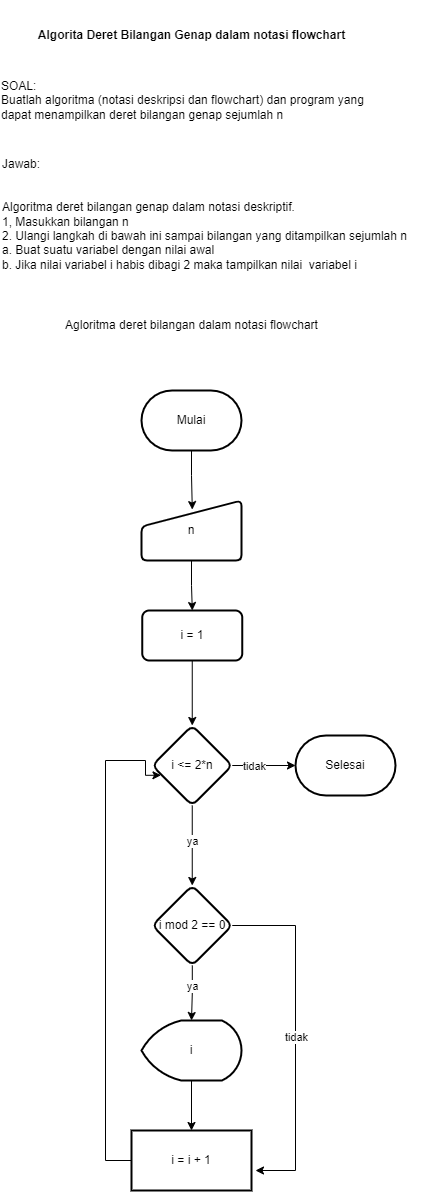
This is Flowchart/Pertemuan 3.drawio.png from fajarikasaputra/AlgoritmaPemrograman, a draw.io export, as it was before one commit. Source tidied: cells renumbered, new cells last; positions are measured from the earlier drawing's top-left corner, leaving out a move shared by most shapes.
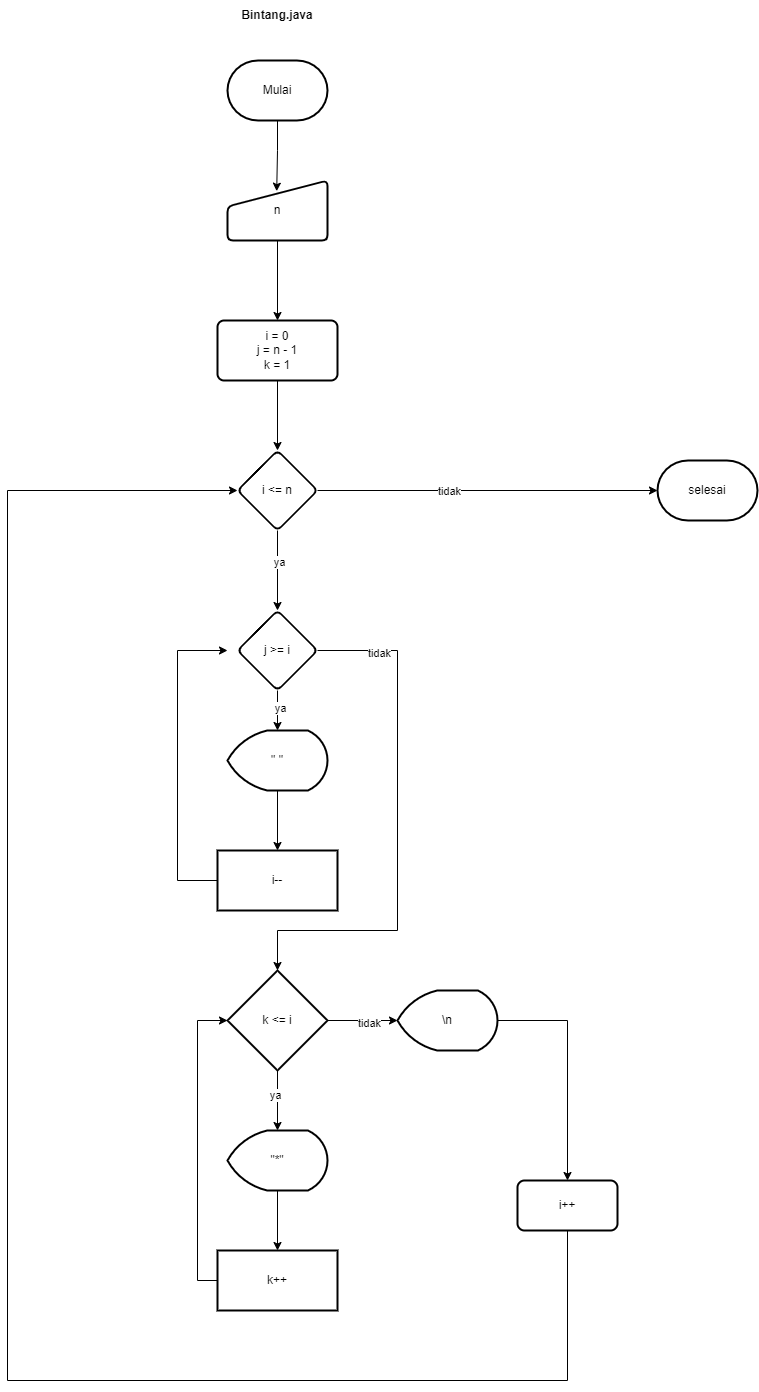
Later version of the same file.

The edit, as a diff of the source:
```diff
@@ -2,93 +2,135 @@
   <root>
     <mxCell id="0" />
     <mxCell id="1" parent="0" />
-    <mxCell id="2" value="&lt;div style=&quot;text-align: left;&quot;&gt;&lt;span style=&quot;background-color: initial;&quot;&gt;SOAL:&lt;/span&gt;&lt;/div&gt;&lt;div style=&quot;text-align: left;&quot;&gt;&lt;span style=&quot;background-color: initial;&quot;&gt;Buatlah algoritma (notasi deskripsi dan flowchart) dan program yang dapat menampilkan deret bilangan genap sejumlah n&lt;/span&gt;&lt;/div&gt;" style="text;html=1;strokeColor=none;fillColor=none;align=center;verticalAlign=middle;whiteSpace=wrap;rounded=0;" parent="1" vertex="1">
-      <mxGeometry y="70" width="383.5" height="60" as="geometry" />
-    </mxCell>
-    <mxCell id="3" value="Algorita Deret Bilangan Genap dalam notasi flowchart" style="text;html=1;strokeColor=none;fillColor=none;align=center;verticalAlign=middle;whiteSpace=wrap;rounded=0;fontStyle=1;" parent="1" vertex="1">
-      <mxGeometry x="15" width="353" height="70" as="geometry" />
-    </mxCell>
-    <mxCell id="4" value="&lt;div style=&quot;color: rgb(0, 0, 0); font-family: Helvetica; font-size: 12px; font-style: normal; font-variant-ligatures: normal; font-variant-caps: normal; font-weight: 400; letter-spacing: normal; orphans: 2; text-indent: 0px; text-transform: none; widows: 2; word-spacing: 0px; -webkit-text-stroke-width: 0px; text-decoration-thickness: initial; text-decoration-style: initial; text-decoration-color: initial; text-align: left;&quot;&gt;Jawab:&lt;/div&gt;&lt;div style=&quot;color: rgb(0, 0, 0); font-family: Helvetica; font-size: 12px; font-style: normal; font-variant-ligatures: normal; font-variant-caps: normal; font-weight: 400; letter-spacing: normal; orphans: 2; text-indent: 0px; text-transform: none; widows: 2; word-spacing: 0px; -webkit-text-stroke-width: 0px; text-decoration-thickness: initial; text-decoration-style: initial; text-decoration-color: initial; text-align: left;&quot;&gt;&lt;br&gt;&lt;/div&gt;&lt;div style=&quot;color: rgb(0, 0, 0); font-family: Helvetica; font-size: 12px; font-style: normal; font-variant-ligatures: normal; font-variant-caps: normal; font-weight: 400; letter-spacing: normal; orphans: 2; text-indent: 0px; text-transform: none; widows: 2; word-spacing: 0px; -webkit-text-stroke-width: 0px; text-decoration-thickness: initial; text-decoration-style: initial; text-decoration-color: initial; text-align: left;&quot;&gt;&lt;br&gt;&lt;/div&gt;&lt;div style=&quot;color: rgb(0, 0, 0); font-family: Helvetica; font-size: 12px; font-style: normal; font-variant-ligatures: normal; font-variant-caps: normal; font-weight: 400; letter-spacing: normal; orphans: 2; text-indent: 0px; text-transform: none; widows: 2; word-spacing: 0px; -webkit-text-stroke-width: 0px; text-decoration-thickness: initial; text-decoration-style: initial; text-decoration-color: initial; text-align: left;&quot;&gt;Algoritma deret bilangan genap dalam notasi deskriptif.&lt;/div&gt;&lt;div style=&quot;color: rgb(0, 0, 0); font-family: Helvetica; font-size: 12px; font-style: normal; font-variant-ligatures: normal; font-variant-caps: normal; font-weight: 400; letter-spacing: normal; orphans: 2; text-indent: 0px; text-transform: none; widows: 2; word-spacing: 0px; -webkit-text-stroke-width: 0px; text-decoration-thickness: initial; text-decoration-style: initial; text-decoration-color: initial; text-align: left;&quot;&gt;1, Masukkan bilangan n&lt;/div&gt;&lt;div style=&quot;color: rgb(0, 0, 0); font-family: Helvetica; font-size: 12px; font-style: normal; font-variant-ligatures: normal; font-variant-caps: normal; font-weight: 400; letter-spacing: normal; orphans: 2; text-indent: 0px; text-transform: none; widows: 2; word-spacing: 0px; -webkit-text-stroke-width: 0px; text-decoration-thickness: initial; text-decoration-style: initial; text-decoration-color: initial; text-align: left;&quot;&gt;2. Ulangi langkah di bawah ini sampai bilangan yang ditampilkan sejumlah n&lt;/div&gt;&lt;div style=&quot;color: rgb(0, 0, 0); font-family: Helvetica; font-size: 12px; font-style: normal; font-variant-ligatures: normal; font-variant-caps: normal; font-weight: 400; letter-spacing: normal; orphans: 2; text-indent: 0px; text-transform: none; widows: 2; word-spacing: 0px; -webkit-text-stroke-width: 0px; text-decoration-thickness: initial; text-decoration-style: initial; text-decoration-color: initial; text-align: left;&quot;&gt;&lt;span style=&quot;&quot;&gt;&#9;&lt;/span&gt;a. Buat suatu variabel dengan nilai awal&lt;br&gt;&lt;/div&gt;&lt;div style=&quot;color: rgb(0, 0, 0); font-family: Helvetica; font-size: 12px; font-style: normal; font-variant-ligatures: normal; font-variant-caps: normal; font-weight: 400; letter-spacing: normal; orphans: 2; text-indent: 0px; text-transform: none; widows: 2; word-spacing: 0px; -webkit-text-stroke-width: 0px; text-decoration-thickness: initial; text-decoration-style: initial; text-decoration-color: initial; text-align: left;&quot;&gt;&#9;b. Jika nilai variabel i habis dibagi 2 maka tampilkan nilai&amp;nbsp; variabel i&lt;/div&gt;" style="text;whiteSpace=wrap;html=1;" parent="1" vertex="1">
-      <mxGeometry y="150" width="440" height="120" as="geometry" />
-    </mxCell>
-    <mxCell id="5" value="Agloritma deret bilangan dalam notasi flowchart" style="text;html=1;strokeColor=none;fillColor=none;align=center;verticalAlign=middle;whiteSpace=wrap;rounded=0;labelBackgroundColor=none;" parent="1" vertex="1">
-      <mxGeometry x="25" y="310" width="333" height="30" as="geometry" />
-    </mxCell>
-    <mxCell id="6" style="edgeStyle=orthogonalEdgeStyle;rounded=0;jettySize=auto;html=1;entryX=0.508;entryY=0.151;entryDx=0;entryDy=0;entryPerimeter=0;" parent="1" edge="1" source="7" target="9">
+    <mxCell id="6" style="edgeStyle=orthogonalEdgeStyle;rounded=0;jettySize=auto;html=1;entryX=0.492;entryY=0.178;entryDx=0;entryDy=0;entryPerimeter=0;" parent="1" edge="1" source="7" target="9">
       <mxGeometry relative="1" as="geometry" />
     </mxCell>
     <mxCell id="7" value="Mulai" style="strokeWidth=2;html=1;shape=mxgraph.flowchart.terminator;whiteSpace=wrap;labelBackgroundColor=none;" parent="1" vertex="1">
-      <mxGeometry x="141" y="390" width="100" height="60" as="geometry" />
+      <mxGeometry x="1015" y="290" width="100" height="60" as="geometry" />
     </mxCell>
-    <mxCell id="8" style="edgeStyle=orthogonalEdgeStyle;rounded=0;jettySize=auto;html=1;" parent="1" edge="1" source="9" target="11">
-      <mxGeometry relative="1" as="geometry" />
-    </mxCell>
+    <mxCell id="27" style="edgeStyle=orthogonalEdgeStyle;rounded=0;jettySize=auto;html=1;" parent="1" edge="1" source="9" target="29">
+      <mxGeometry relative="1" as="geometry" />
+    </mxCell>
     <mxCell id="9" value="n" style="html=1;strokeWidth=2;shape=manualInput;whiteSpace=wrap;rounded=1;size=26;arcSize=11;labelBackgroundColor=none;" parent="1" vertex="1">
-      <mxGeometry x="141" y="500" width="100" height="60" as="geometry" />
+      <mxGeometry x="1015" y="410" width="100" height="60" as="geometry" />
     </mxCell>
-    <mxCell id="10" style="edgeStyle=orthogonalEdgeStyle;rounded=0;jettySize=auto;html=1;" parent="1" edge="1" source="11" target="16">
-      <mxGeometry relative="1" as="geometry" />
-    </mxCell>
-    <mxCell id="11" value="i = 1" style="rounded=1;whiteSpace=wrap;html=1;absoluteArcSize=1;arcSize=14;strokeWidth=2;labelBackgroundColor=none;" parent="1" vertex="1">
-      <mxGeometry x="141.8" y="610" width="100" height="50" as="geometry" />
-    </mxCell>
-    <mxCell id="12" style="edgeStyle=orthogonalEdgeStyle;rounded=0;jettySize=auto;html=1;" parent="1" edge="1" source="16" target="17">
-      <mxGeometry relative="1" as="geometry" />
-    </mxCell>
-    <mxCell id="13" value="tidak" style="edgeLabel;html=1;align=center;verticalAlign=middle;" parent="12" vertex="1">
-      <mxGeometry x="-0.32" y="-1" relative="1" as="geometry" />
-    </mxCell>
-    <mxCell id="14" style="edgeStyle=orthogonalEdgeStyle;rounded=0;jettySize=auto;html=1;" parent="1" edge="1" source="16" target="22">
-      <mxGeometry relative="1" as="geometry" />
-    </mxCell>
-    <mxCell id="15" value="ya" style="edgeLabel;html=1;align=center;verticalAlign=middle;" parent="14" vertex="1">
-      <mxGeometry x="-0.11" relative="1" as="geometry" />
-    </mxCell>
-    <mxCell id="16" value="i &amp;lt;= 2*n" style="rhombus;whiteSpace=wrap;html=1;rounded=1;arcSize=14;strokeWidth=2;labelBackgroundColor=none;" parent="1" vertex="1">
-      <mxGeometry x="151.8" y="725" width="80" height="80" as="geometry" />
-    </mxCell>
-    <mxCell id="17" value="Selesai" style="strokeWidth=2;html=1;shape=mxgraph.flowchart.terminator;whiteSpace=wrap;labelBackgroundColor=none;" parent="1" vertex="1">
-      <mxGeometry x="295" y="735" width="100" height="60" as="geometry" />
-    </mxCell>
-    <mxCell id="18" style="edgeStyle=orthogonalEdgeStyle;rounded=0;jettySize=auto;html=1;" parent="1" edge="1" source="22" target="24">
-      <mxGeometry relative="1" as="geometry" />
-    </mxCell>
-    <mxCell id="19" value="ya" style="edgeLabel;html=1;align=center;verticalAlign=middle;" parent="18" vertex="1">
-      <mxGeometry x="-0.28" relative="1" as="geometry" />
-    </mxCell>
-    <mxCell id="20" style="edgeStyle=orthogonalEdgeStyle;rounded=0;jettySize=auto;html=1;" parent="1" edge="1" source="22">
-      <mxGeometry relative="1" as="geometry">
-        <mxPoint x="255" y="1170" as="targetPoint" />
-        <Array as="points">
-          <mxPoint x="295" y="925" />
-          <mxPoint x="295" y="1170" />
-        </Array>
-      </mxGeometry>
-    </mxCell>
-    <mxCell id="21" value="tidak" style="edgeLabel;html=1;align=center;verticalAlign=middle;" parent="20" vertex="1">
-      <mxGeometry x="0.01" y="1" relative="1" as="geometry" />
-    </mxCell>
-    <mxCell id="22" value="i mod 2 == 0" style="rhombus;whiteSpace=wrap;html=1;rounded=1;arcSize=14;strokeWidth=2;labelBackgroundColor=none;" parent="1" vertex="1">
-      <mxGeometry x="151.8" y="885" width="80" height="80" as="geometry" />
-    </mxCell>
-    <mxCell id="23" style="edgeStyle=orthogonalEdgeStyle;rounded=0;jettySize=auto;html=1;" parent="1" edge="1" source="24" target="26">
-      <mxGeometry relative="1" as="geometry" />
-    </mxCell>
-    <mxCell id="24" value="i" style="strokeWidth=2;html=1;shape=mxgraph.flowchart.display;whiteSpace=wrap;labelBackgroundColor=none;" parent="1" vertex="1">
-      <mxGeometry x="141" y="1020" width="100" height="60" as="geometry" />
-    </mxCell>
-    <mxCell id="25" style="edgeStyle=orthogonalEdgeStyle;rounded=0;jettySize=auto;html=1;entryX=0.109;entryY=0.622;entryDx=0;entryDy=0;entryPerimeter=0;" parent="1" edge="1" source="26" target="16">
-      <mxGeometry relative="1" as="geometry">
-        <Array as="points">
-          <mxPoint x="105" y="1160" />
-          <mxPoint x="105" y="760" />
-          <mxPoint x="145" y="760" />
-          <mxPoint x="145" y="775" />
-        </Array>
-      </mxGeometry>
-    </mxCell>
-    <mxCell id="26" value="i = i + 1" style="whiteSpace=wrap;html=1;strokeWidth=2;labelBackgroundColor=none;" parent="1" vertex="1">
-      <mxGeometry x="131" y="1130" width="120" height="60" as="geometry" />
-    </mxCell>
+    <mxCell id="28" style="edgeStyle=orthogonalEdgeStyle;rounded=0;jettySize=auto;html=1;" parent="1" edge="1" source="29" target="34">
+      <mxGeometry relative="1" as="geometry" />
+    </mxCell>
+    <mxCell id="29" value="i = 0&lt;br&gt;j = n - 1&lt;br&gt;k = 1" style="whiteSpace=wrap;html=1;strokeWidth=2;rounded=1;arcSize=11;labelBackgroundColor=none;" parent="1" vertex="1">
+      <mxGeometry x="1005" y="550" width="120" height="60" as="geometry" />
+    </mxCell>
+    <mxCell id="30" style="edgeStyle=orthogonalEdgeStyle;rounded=0;jettySize=auto;html=1;" parent="1" edge="1" source="34" target="35">
+      <mxGeometry relative="1" as="geometry" />
+    </mxCell>
+    <mxCell id="31" value="tidak" style="edgeLabel;html=1;align=center;verticalAlign=middle;" parent="30" vertex="1">
+      <mxGeometry x="-0.23" y="1" relative="1" as="geometry" />
+    </mxCell>
+    <mxCell id="32" style="edgeStyle=orthogonalEdgeStyle;rounded=0;jettySize=auto;html=1;" parent="1" edge="1" source="34" target="40">
+      <mxGeometry relative="1" as="geometry" />
+    </mxCell>
+    <mxCell id="33" value="ya" style="edgeLabel;html=1;align=center;verticalAlign=middle;" parent="32" vertex="1">
+      <mxGeometry x="-0.21" relative="1" as="geometry" />
+    </mxCell>
+    <mxCell id="34" value="i &amp;lt;= n" style="rhombus;whiteSpace=wrap;html=1;strokeWidth=2;rounded=1;arcSize=11;labelBackgroundColor=none;" parent="1" vertex="1">
+      <mxGeometry x="1025" y="680" width="80" height="80" as="geometry" />
+    </mxCell>
+    <mxCell id="35" value="selesai" style="strokeWidth=2;html=1;shape=mxgraph.flowchart.terminator;whiteSpace=wrap;labelBackgroundColor=none;" parent="1" vertex="1">
+      <mxGeometry x="1445" y="690" width="100" height="60" as="geometry" />
+    </mxCell>
+    <mxCell id="36" style="edgeStyle=orthogonalEdgeStyle;rounded=0;jettySize=auto;html=1;" parent="1" edge="1" source="40" target="42">
+      <mxGeometry relative="1" as="geometry" />
+    </mxCell>
+    <mxCell id="37" value="ya" style="edgeLabel;html=1;align=center;verticalAlign=middle;" parent="36" vertex="1">
+      <mxGeometry x="-0.22" y="1" relative="1" as="geometry" />
+    </mxCell>
+    <mxCell id="38" style="edgeStyle=orthogonalEdgeStyle;rounded=0;jettySize=auto;html=1;" parent="1" edge="1" source="40" target="49">
+      <mxGeometry relative="1" as="geometry">
+        <Array as="points">
+          <mxPoint x="1185" y="880" />
+          <mxPoint x="1185" y="1160" />
+          <mxPoint x="1065" y="1160" />
+        </Array>
+      </mxGeometry>
+    </mxCell>
+    <mxCell id="39" value="tidak" style="edgeLabel;html=1;align=center;verticalAlign=middle;" parent="38" vertex="1">
+      <mxGeometry x="-0.77" y="-1" relative="1" as="geometry" />
+    </mxCell>
+    <mxCell id="40" value="j &amp;gt;= i" style="rhombus;whiteSpace=wrap;html=1;strokeWidth=2;rounded=1;arcSize=11;labelBackgroundColor=none;" parent="1" vertex="1">
+      <mxGeometry x="1025" y="840" width="80" height="80" as="geometry" />
+    </mxCell>
+    <mxCell id="41" style="edgeStyle=orthogonalEdgeStyle;rounded=0;jettySize=auto;html=1;" parent="1" edge="1" source="42" target="44">
+      <mxGeometry relative="1" as="geometry" />
+    </mxCell>
+    <mxCell id="42" value="&quot; &quot;" style="strokeWidth=2;html=1;shape=mxgraph.flowchart.display;whiteSpace=wrap;labelBackgroundColor=none;" parent="1" vertex="1">
+      <mxGeometry x="1015" y="960" width="100" height="60" as="geometry" />
+    </mxCell>
+    <mxCell id="43" style="edgeStyle=orthogonalEdgeStyle;rounded=0;jettySize=auto;html=1;" parent="1" edge="1" source="44">
+      <mxGeometry relative="1" as="geometry">
+        <mxPoint x="1015" y="880" as="targetPoint" />
+        <Array as="points">
+          <mxPoint x="965" y="1110" />
+          <mxPoint x="965" y="880" />
+        </Array>
+      </mxGeometry>
+    </mxCell>
+    <mxCell id="44" value="i--" style="whiteSpace=wrap;html=1;strokeWidth=2;labelBackgroundColor=none;" parent="1" vertex="1">
+      <mxGeometry x="1005" y="1080" width="120" height="60" as="geometry" />
+    </mxCell>
+    <mxCell id="45" style="edgeStyle=orthogonalEdgeStyle;rounded=0;jettySize=auto;html=1;" parent="1" edge="1" source="49" target="51">
+      <mxGeometry relative="1" as="geometry" />
+    </mxCell>
+    <mxCell id="46" value="ya" style="edgeLabel;html=1;align=center;verticalAlign=middle;" parent="45" vertex="1">
+      <mxGeometry x="-0.27" y="-4" relative="1" as="geometry" />
+    </mxCell>
+    <mxCell id="47" style="edgeStyle=orthogonalEdgeStyle;rounded=0;jettySize=auto;html=1;" parent="1" edge="1" source="49">
+      <mxGeometry relative="1" as="geometry">
+        <mxPoint x="1185" y="1250" as="targetPoint" />
+      </mxGeometry>
+    </mxCell>
+    <mxCell id="48" value="tidak" style="edgeLabel;html=1;align=center;verticalAlign=middle;" parent="47" vertex="1">
+      <mxGeometry x="0.11" y="-1" relative="1" as="geometry" />
+    </mxCell>
+    <mxCell id="49" value="k &amp;lt;= i" style="strokeWidth=2;html=1;shape=mxgraph.flowchart.decision;whiteSpace=wrap;labelBackgroundColor=none;" parent="1" vertex="1">
+      <mxGeometry x="1015" y="1200" width="100" height="100" as="geometry" />
+    </mxCell>
+    <mxCell id="50" style="edgeStyle=orthogonalEdgeStyle;rounded=0;jettySize=auto;html=1;" parent="1" edge="1" source="51" target="53">
+      <mxGeometry relative="1" as="geometry" />
+    </mxCell>
+    <mxCell id="51" value="&quot;*&quot;" style="strokeWidth=2;html=1;shape=mxgraph.flowchart.display;whiteSpace=wrap;labelBackgroundColor=none;" parent="1" vertex="1">
+      <mxGeometry x="1015" y="1360" width="100" height="60" as="geometry" />
+    </mxCell>
+    <mxCell id="52" style="edgeStyle=orthogonalEdgeStyle;rounded=0;jettySize=auto;html=1;entryX=0;entryY=0.5;entryDx=0;entryDy=0;entryPerimeter=0;" parent="1" edge="1" source="53" target="49">
+      <mxGeometry relative="1" as="geometry">
+        <Array as="points">
+          <mxPoint x="985" y="1510" />
+          <mxPoint x="985" y="1250" />
+        </Array>
+      </mxGeometry>
+    </mxCell>
+    <mxCell id="53" value="k++" style="whiteSpace=wrap;html=1;strokeWidth=2;labelBackgroundColor=none;" parent="1" vertex="1">
+      <mxGeometry x="1005" y="1480" width="120" height="60" as="geometry" />
+    </mxCell>
+    <mxCell id="54" style="edgeStyle=orthogonalEdgeStyle;rounded=0;jettySize=auto;html=1;entryX=0.5;entryY=0;entryDx=0;entryDy=0;" parent="1" edge="1" source="55" target="57">
+      <mxGeometry relative="1" as="geometry" />
+    </mxCell>
+    <mxCell id="55" value="\n" style="strokeWidth=2;html=1;shape=mxgraph.flowchart.display;whiteSpace=wrap;labelBackgroundColor=none;" parent="1" vertex="1">
+      <mxGeometry x="1185" y="1220" width="100" height="60" as="geometry" />
+    </mxCell>
+    <mxCell id="56" style="edgeStyle=orthogonalEdgeStyle;rounded=0;jettySize=auto;html=1;entryX=0;entryY=0.5;entryDx=0;entryDy=0;" parent="1" edge="1" source="57" target="34">
+      <mxGeometry relative="1" as="geometry">
+        <Array as="points">
+          <mxPoint x="1355" y="1610" />
+          <mxPoint x="795" y="1610" />
+          <mxPoint x="795" y="720" />
+        </Array>
+      </mxGeometry>
+    </mxCell>
+    <mxCell id="57" value="i++" style="rounded=1;whiteSpace=wrap;html=1;absoluteArcSize=1;arcSize=14;strokeWidth=2;labelBackgroundColor=none;" parent="1" vertex="1">
+      <mxGeometry x="1305" y="1410" width="100" height="50" as="geometry" />
+    </mxCell>
+    <mxCell id="58" value="&lt;b&gt;Bintang.java&lt;/b&gt;" style="text;html=1;strokeColor=none;fillColor=none;align=center;verticalAlign=middle;whiteSpace=wrap;rounded=0;labelBackgroundColor=none;" parent="1" vertex="1">
+      <mxGeometry x="1035" y="230" width="60" height="30" as="geometry" />
+    </mxCell>
   </root>
 </mxGraphModel>
```
